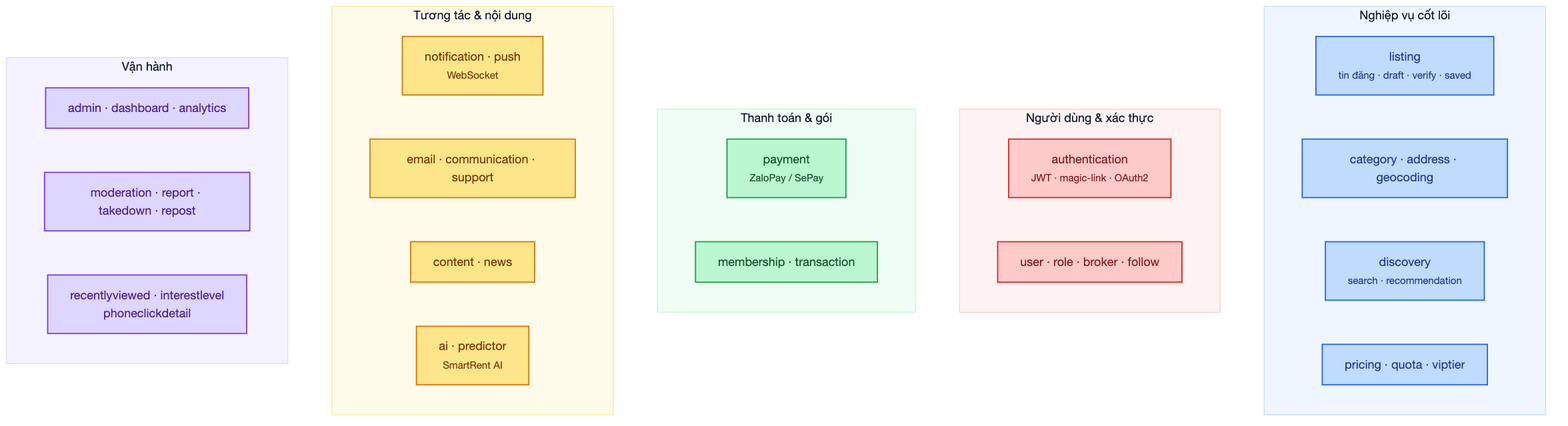
huynhtranty/smartrent-report keeps this Mermaid diagram as diagrams/be/png/04-domain-modules.png. Above is the earlier version. Its source is kept beside it as diagrams/be/src/04-domain-modules.mmd.
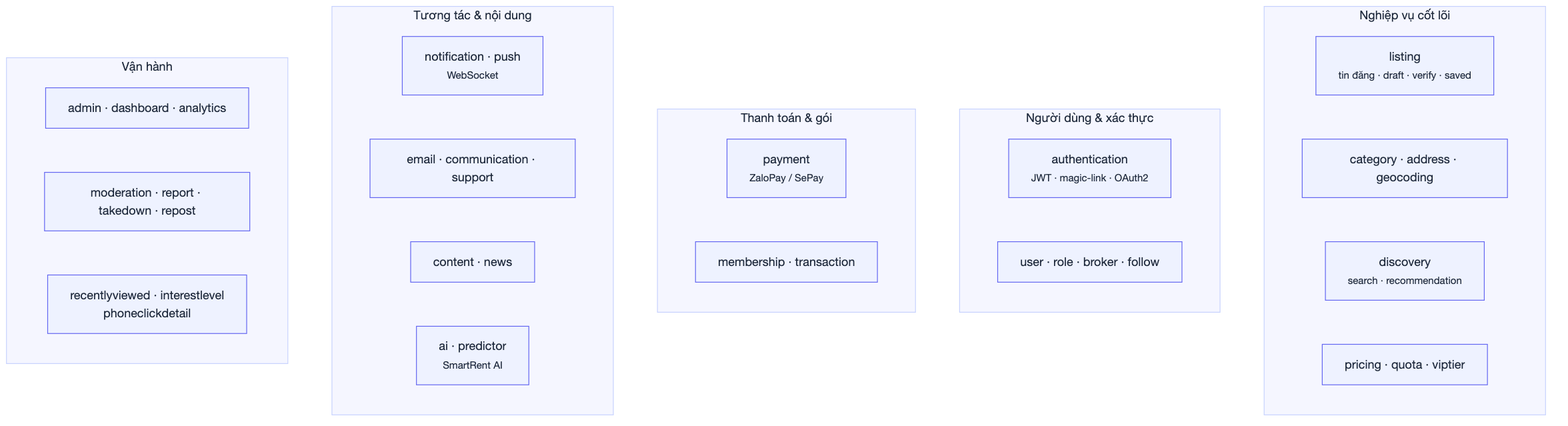
Above is the later version.

The edit, as a diff of the source:
```diff
@@ -24,19 +24,3 @@
  Mod["moderation · report · takedown · repost"]
  Track["recentlyviewed · interestlevel<br/>phoneclickdetail"]
  end
-
- classDef core fill:#bfdbfe,stroke:#2563eb,color:#1e3a8a,stroke-width:1.5px
- classDef usr fill:#fecaca,stroke:#dc2626,color:#7f1d1d,stroke-width:1.5px
- classDef money fill:#bbf7d0,stroke:#16a34a,color:#14532d,stroke-width:1.5px
- classDef comm fill:#fde68a,stroke:#d97706,color:#78350f,stroke-width:1.5px
- classDef ops fill:#ddd6fe,stroke:#7c3aed,color:#4c1d95,stroke-width:1.5px
- class L,Cat,Search,Pricing core
- class Auth,U usr
- class Pay,Mem money
- class N,Email,Content,AI comm
- class Admin,Mod,Track ops
- style Core fill:#eff6ff,stroke:#bfdbfe
- style User fill:#fef2f2,stroke:#fecaca
- style Money fill:#f0fdf4,stroke:#bbf7d0
- style Comm fill:#fffbeb,stroke:#fde68a
- style Ops fill:#f5f3ff,stroke:#ddd6fe
```
